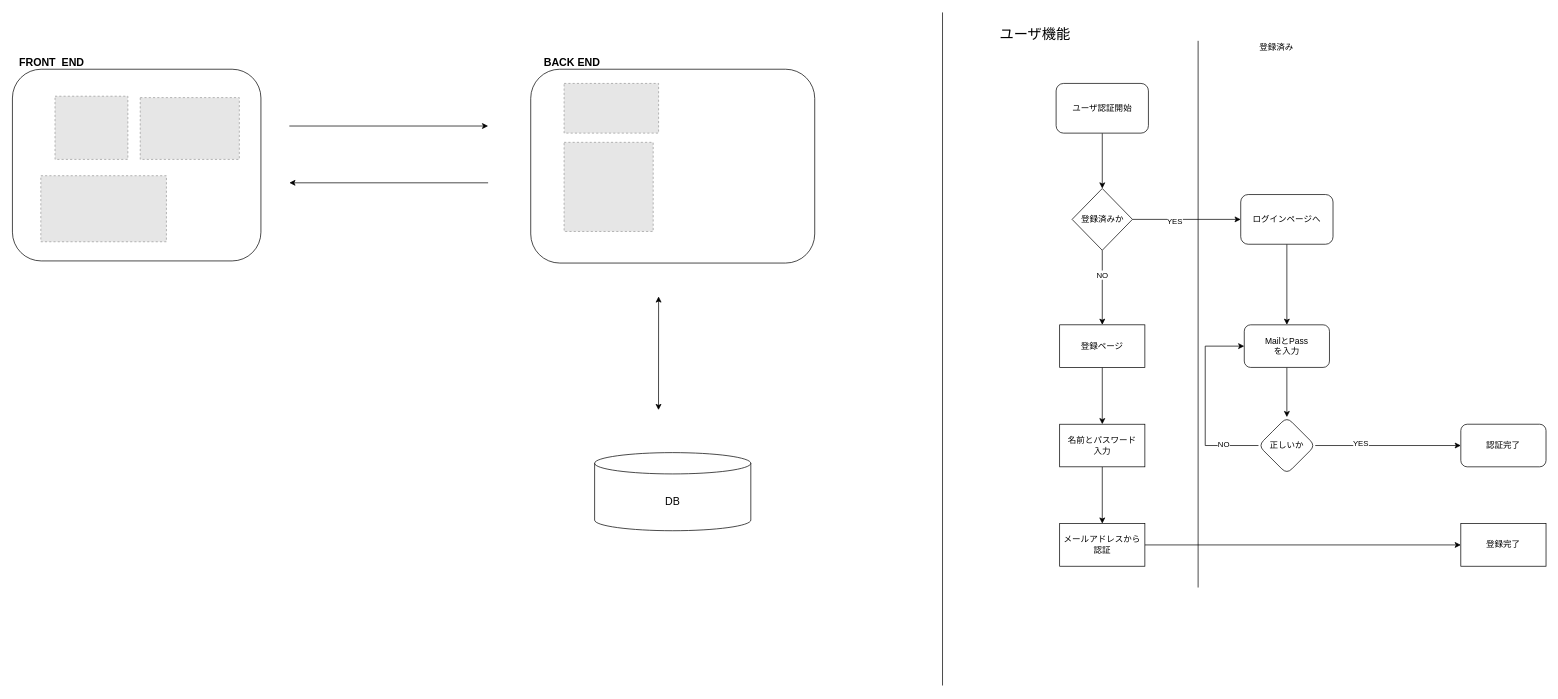
The draw.io diagram ec_site.drawio in lll-lll-lll-lll/nextjs-go-dagger-mytemplate, before the edit. Source tidied: cells renumbered, new cells numbered last; positions are measured from the earlier drawing's top-left corner, leaving out a move shared by most shapes. Both pictures are drawn from the tidied source at 71%, with x=0, y=0 at pixel (12, 12). Pictures stored in the file or linked from it are replaced by grey dashed boxes.
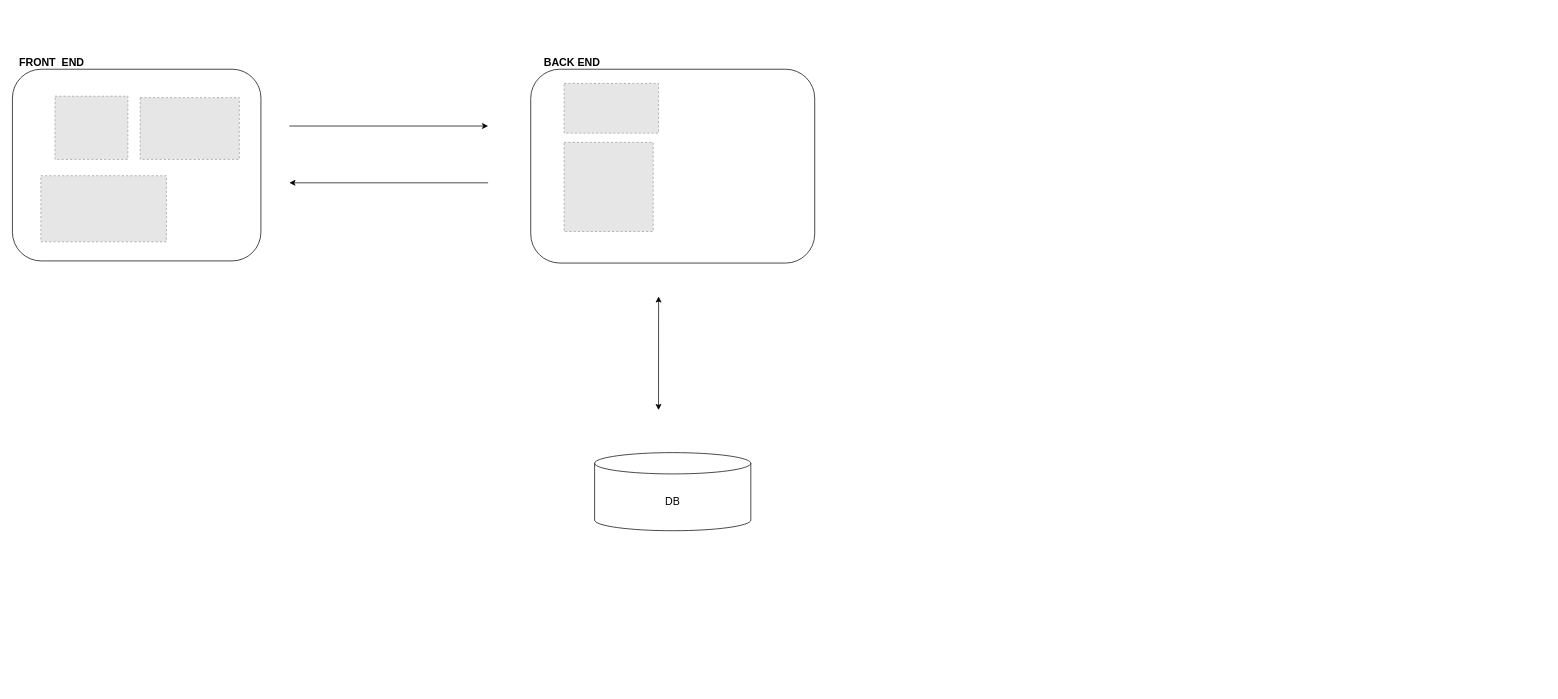
The same diagram, later.

Commit message:
[modify] draw.io修正

Diff of the diagram source:
```diff
@@
-    <mxCell id="15" style="edgeStyle=none;html=1;entryX=0.5;entryY=0;entryDx=0;entryDy=0;" parent="1" edge="1" source="16" target="26">
-      <mxGeometry relative="1" as="geometry" />
-    </mxCell>
-    <mxCell id="16" value="ユーザ認証開始" style="rounded=1;whiteSpace=wrap;html=1;" parent="1" vertex="1">
-      <mxGeometry x="1470" y="100" width="130" height="70" as="geometry" />
-    </mxCell>
-    <mxCell id="17" value="&lt;font style=&quot;font-size: 20px&quot;&gt;ユーザ機能&lt;/font&gt;" style="text;html=1;align=center;verticalAlign=middle;strokeColor=none;fillColor=none;" parent="1" vertex="1">
-      <mxGeometry x="1380" y="20" width="120" height="20" as="geometry" />
-    </mxCell>
-    <mxCell id="18" style="edgeStyle=none;html=1;" parent="1" edge="1" source="19" target="30">
-      <mxGeometry relative="1" as="geometry" />
-    </mxCell>
-    <mxCell id="19" value="ログインページへ" style="rounded=1;whiteSpace=wrap;html=1;" parent="1" vertex="1">
-      <mxGeometry x="1730" y="256.5" width="130" height="70" as="geometry" />
-    </mxCell>
-    <mxCell id="20" value="登録済み" style="text;html=1;align=center;verticalAlign=middle;strokeColor=none;fillColor=none;" parent="1" vertex="1">
-      <mxGeometry x="1750" y="40" width="60" height="20" as="geometry" />
-    </mxCell>
-    <mxCell id="21" style="endArrow=none;html=1;" parent="1" edge="1">
-      <mxGeometry relative="1" as="geometry">
-        <mxPoint x="1670" y="810" as="sourcePoint" />
-        <mxPoint x="1670" y="40" as="targetPoint" />
-      </mxGeometry>
-    </mxCell>
-    <mxCell id="22" style="edgeStyle=none;html=1;" parent="1" edge="1" source="26" target="19">
-      <mxGeometry relative="1" as="geometry" />
-    </mxCell>
-    <mxCell id="23" value="YES" style="edgeLabel;html=1;align=center;verticalAlign=middle;" parent="22" vertex="1">
-      <mxGeometry x="-0.23" y="-3" relative="1" as="geometry" />
-    </mxCell>
-    <mxCell id="24" style="edgeStyle=none;html=1;" parent="1" edge="1" source="26" target="28">
-      <mxGeometry relative="1" as="geometry" />
-    </mxCell>
-    <mxCell id="25" value="NO" style="edgeLabel;html=1;align=center;verticalAlign=middle;" parent="24" vertex="1">
-      <mxGeometry x="-0.35" y="-1" relative="1" as="geometry" />
-    </mxCell>
-    <mxCell id="26" value="登録済みか" style="rhombus;whiteSpace=wrap;html=1;" parent="1" vertex="1">
-      <mxGeometry x="1492.5" y="248" width="85" height="87" as="geometry" />
-    </mxCell>
-    <mxCell id="27" style="edgeStyle=none;html=1;" parent="1" edge="1" source="28" target="32">
-      <mxGeometry relative="1" as="geometry" />
-    </mxCell>
-    <mxCell id="28" value="登録ページ" style="whiteSpace=wrap;html=1;" parent="1" vertex="1">
-      <mxGeometry x="1475" y="440" width="120" height="60" as="geometry" />
-    </mxCell>
-    <mxCell id="29" style="edgeStyle=none;html=1;" parent="1" edge="1" source="30" target="38">
-      <mxGeometry relative="1" as="geometry" />
-    </mxCell>
-    <mxCell id="30" value="MailとPass&lt;br&gt;を入力" style="whiteSpace=wrap;html=1;rounded=1;" parent="1" vertex="1">
-      <mxGeometry x="1735" y="440" width="120" height="60" as="geometry" />
-    </mxCell>
-    <mxCell id="31" style="edgeStyle=none;html=1;" parent="1" edge="1" source="32" target="34">
-      <mxGeometry relative="1" as="geometry" />
-    </mxCell>
-    <mxCell id="32" value="名前とパスワード&lt;br&gt;入力" style="whiteSpace=wrap;html=1;" parent="1" vertex="1">
-      <mxGeometry x="1475" y="580" width="120" height="60" as="geometry" />
-    </mxCell>
-    <mxCell id="33" style="edgeStyle=none;html=1;" parent="1" edge="1" source="34">
-      <mxGeometry relative="1" as="geometry">
-        <mxPoint x="2040" y="750" as="targetPoint" />
-      </mxGeometry>
-    </mxCell>
-    <mxCell id="34" value="メールアドレスから&lt;br&gt;認証" style="whiteSpace=wrap;html=1;" parent="1" vertex="1">
-      <mxGeometry x="1475" y="720" width="120" height="60" as="geometry" />
-    </mxCell>
-    <mxCell id="35" value="登録完了" style="whiteSpace=wrap;html=1;" parent="1" vertex="1">
-      <mxGeometry x="2040" y="720" width="120" height="60" as="geometry" />
-    </mxCell>
-    <mxCell id="36" style="edgeStyle=none;html=1;" parent="1" edge="1" source="38" target="39">
-      <mxGeometry relative="1" as="geometry" />
-    </mxCell>
-    <mxCell id="37" value="YES" style="edgeLabel;html=1;align=center;verticalAlign=middle;" parent="36" vertex="1">
-      <mxGeometry x="-0.39" y="4" relative="1" as="geometry" />
-    </mxCell>
-    <mxCell id="38" value="正しいか" style="rhombus;whiteSpace=wrap;html=1;rounded=1;" parent="1" vertex="1">
-      <mxGeometry x="1755" y="570" width="80" height="80" as="geometry" />
-    </mxCell>
-    <mxCell id="39" value="認証完了" style="whiteSpace=wrap;html=1;rounded=1;" parent="1" vertex="1">
-      <mxGeometry x="2040" y="580" width="120" height="60" as="geometry" />
-    </mxCell>
-    <mxCell id="40" style="endArrow=none;html=1;" parent="1" edge="1">
-      <mxGeometry relative="1" as="geometry">
-        <mxPoint x="1680" y="610" as="sourcePoint" />
-        <mxPoint x="1755" y="610" as="targetPoint" />
-      </mxGeometry>
-    </mxCell>
-    <mxCell id="41" value="NO" style="edgeLabel;html=1;align=center;verticalAlign=middle;" parent="40" vertex="1">
-      <mxGeometry x="-0.32" y="2" relative="1" as="geometry" />
-    </mxCell>
-    <mxCell id="42" style="endArrow=none;html=1;" parent="1" edge="1">
-      <mxGeometry relative="1" as="geometry">
-        <mxPoint x="1680" y="610" as="sourcePoint" />
-        <mxPoint x="1680" y="470" as="targetPoint" />
-      </mxGeometry>
-    </mxCell>
-    <mxCell id="43" style="endArrow=classic;html=1;entryX=0;entryY=0.5;entryDx=0;entryDy=0;" parent="1" edge="1" target="30">
-      <mxGeometry relative="1" as="geometry">
-        <mxPoint x="1680" y="470" as="sourcePoint" />
-      </mxGeometry>
-    </mxCell>
-    <mxCell id="44" style="endArrow=none;html=1;" parent="1" edge="1">
-      <mxGeometry relative="1" as="geometry">
-        <mxPoint x="1310" y="948" as="sourcePoint" />
-        <mxPoint x="1310" as="targetPoint" />
-      </mxGeometry>
-    </mxCell>
```
